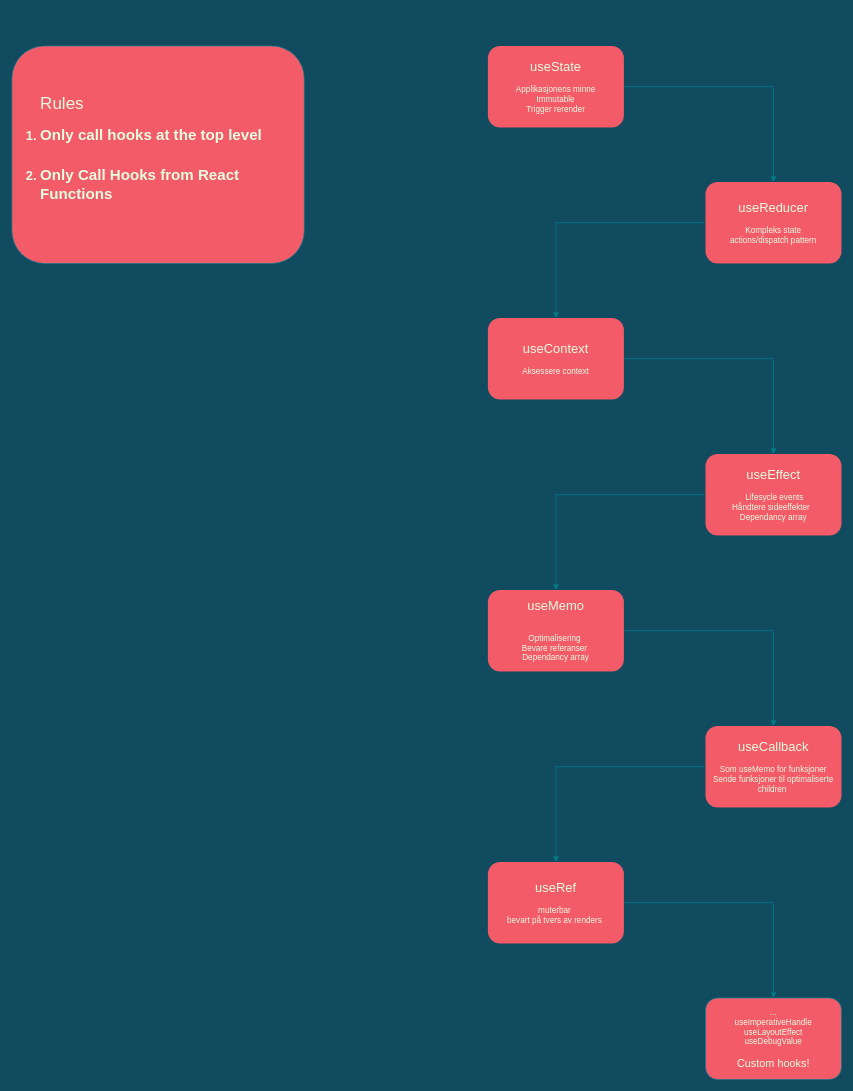
Before: Untitled Diagram.drawio in HeleneGrini/hooks-extensive, a draw.io diagram. Source tidied: cells renumbered, new cells numbered last; positions are measured from the earlier drawing's top-left corner, leaving out a move shared by most shapes. Both pictures are drawn from the tidied source at 68%, with x=0, y=0 at pixel (12, 46).
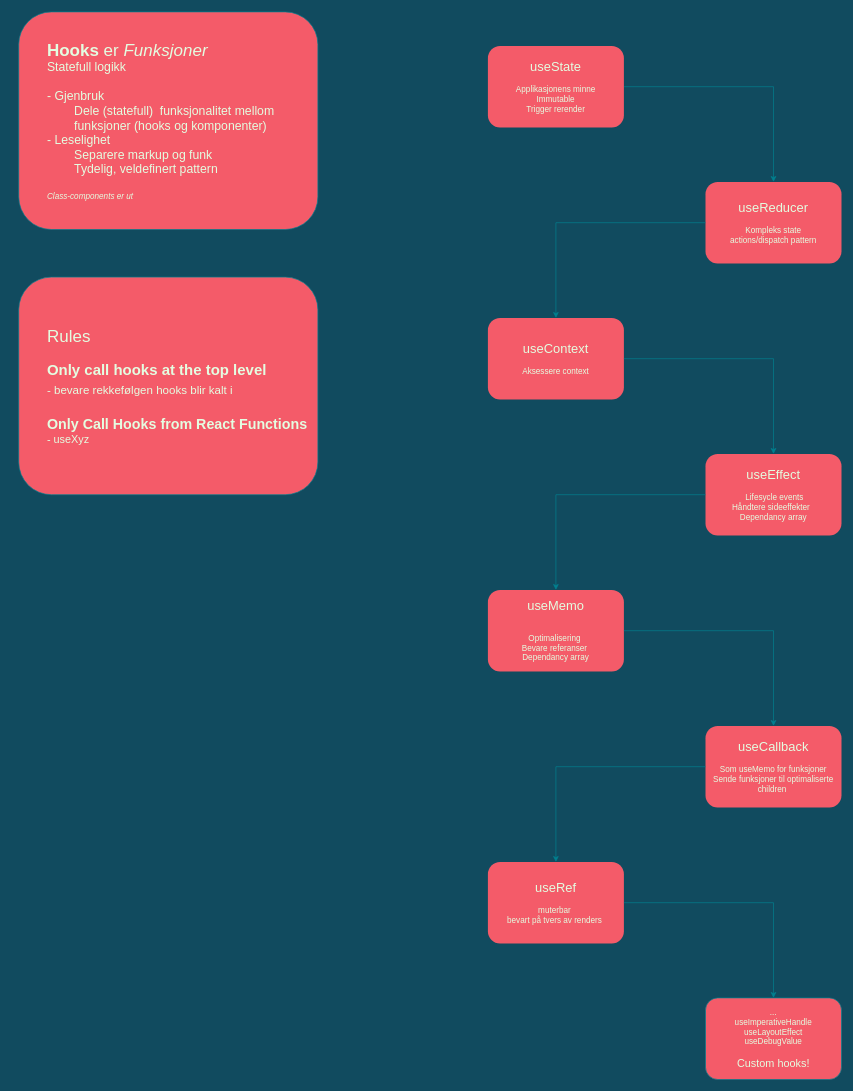
After the change.

The edit, as a diff of the source:
```diff
@@
-    <mxCell id="19" value="&lt;blockquote style=&quot;margin: 0 0 0 40px ; border: none ; padding: 0px&quot;&gt;&lt;font style=&quot;font-size: 25px&quot;&gt;Rules&lt;/font&gt;&lt;/blockquote&gt;&lt;font style=&quot;font-size: 25px&quot;&gt;&lt;h3 id=&quot;only-call-hooks-at-the-top-level&quot; style=&quot;margin: 0px ; padding: 0px ; box-sizing: inherit ; font-size: 19px ; line-height: 1.3&quot;&gt;&lt;ol&gt;&lt;li&gt;&lt;h3 id=&quot;only-call-hooks-at-the-top-level&quot; style=&quot;margin: 0px ; padding: 0px ; box-sizing: inherit ; line-height: 1.3&quot;&gt;Only call hooks at the top level&lt;br style=&quot;font-size: 19px&quot;&gt;&lt;br style=&quot;font-size: 19px&quot;&gt;&lt;/h3&gt;&lt;/li&gt;&lt;li&gt;&lt;h3 id=&quot;only-call-hooks-at-the-top-level&quot; style=&quot;margin: 0px ; padding: 0px ; box-sizing: inherit ; line-height: 1.3&quot;&gt;Only Call Hooks from React Functions&lt;/h3&gt;&lt;/li&gt;&lt;/ol&gt;&lt;/h3&gt;&lt;/font&gt;" style="rounded=1;whiteSpace=wrap;html=1;sketch=0;strokeColor=#028090;fillColor=#F45B69;fontColor=#E4FDE1;align=left;" parent="1" vertex="1">
-      <mxGeometry width="430" height="320" as="geometry" />
+    <mxCell id="19" value="&lt;blockquote style=&quot;margin: 0 0 0 40px ; border: none ; padding: 0px&quot;&gt;&lt;font style=&quot;font-size: 25px&quot;&gt;Rules&lt;/font&gt;&lt;/blockquote&gt;&lt;blockquote style=&quot;margin: 0 0 0 40px ; border: none ; padding: 0px&quot;&gt;&lt;span style=&quot;font-size: 19px&quot;&gt;&lt;br&gt;&lt;/span&gt;&lt;/blockquote&gt;&lt;blockquote style=&quot;margin: 0px 0px 0px 40px ; border: none ; padding: 0px ; font-size: 22px&quot;&gt;&lt;span&gt;&lt;font style=&quot;font-size: 22px&quot;&gt;&lt;b&gt;Only call hooks at the top level&lt;/b&gt;&lt;/font&gt;&lt;/span&gt;&lt;/blockquote&gt;&lt;blockquote style=&quot;margin: 0px 0px 0px 40px ; border: none ; padding: 0px ; font-size: 22px&quot;&gt;&lt;span&gt;&lt;font style=&quot;font-size: 17px&quot;&gt;- bevare rekkefølgen hooks blir kalt i&lt;/font&gt;&lt;/span&gt;&lt;/blockquote&gt;&lt;blockquote style=&quot;margin: 0px 0px 0px 40px ; border: none ; padding: 0px ; font-size: 22px&quot;&gt;&lt;span style=&quot;font-size: 19px&quot;&gt;&lt;br&gt;&lt;/span&gt;&lt;/blockquote&gt;&lt;blockquote style=&quot;margin: 0px 0px 0px 40px ; border: none ; padding: 0px&quot;&gt;&lt;span&gt;&lt;b&gt;&lt;font style=&quot;font-size: 21px&quot;&gt;Only Call Hooks from React Functions&lt;/font&gt;&lt;/b&gt;&lt;/span&gt;&lt;/blockquote&gt;&lt;blockquote style=&quot;margin: 0px 0px 0px 40px ; border: none ; padding: 0px&quot;&gt;&lt;span&gt;&lt;font style=&quot;font-size: 16px&quot;&gt;- useXyz&lt;/font&gt;&lt;/span&gt;&lt;/blockquote&gt;" style="rounded=1;whiteSpace=wrap;html=1;sketch=0;strokeColor=#028090;fillColor=#F45B69;fontColor=#E4FDE1;align=left;" parent="1" vertex="1">
+      <mxGeometry x="10" y="340" width="440" height="320" as="geometry" />
     </mxCell>
+    <mxCell id="20" value="&lt;blockquote style=&quot;margin: 0 0 0 40px ; border: none ; padding: 0px&quot;&gt;&lt;span style=&quot;font-size: 25px&quot;&gt;&lt;b&gt;Hooks &lt;/b&gt;er&lt;b&gt;&amp;nbsp;&lt;/b&gt;&lt;/span&gt;&lt;i style=&quot;font-size: 25px&quot;&gt;Funksjoner&lt;/i&gt;&lt;/blockquote&gt;&lt;blockquote style=&quot;margin: 0 0 0 40px ; border: none ; padding: 0px&quot;&gt;&lt;span style=&quot;font-size: 18px&quot;&gt;Statefull logikk&amp;nbsp;&lt;/span&gt;&lt;br&gt;&lt;/blockquote&gt;&lt;blockquote style=&quot;margin: 0 0 0 40px ; border: none ; padding: 0px&quot;&gt;&lt;span style=&quot;font-size: 18px&quot;&gt;&lt;br&gt;&lt;/span&gt;&lt;/blockquote&gt;&lt;blockquote style=&quot;margin: 0px 0px 0px 40px ; border: none ; padding: 0px ; font-size: 18px&quot;&gt;&lt;font style=&quot;font-size: 18px&quot;&gt;- Gjenbruk&lt;br&gt;&lt;/font&gt;&lt;/blockquote&gt;&lt;blockquote style=&quot;margin: 0 0 0 40px ; border: none ; padding: 0px&quot;&gt;&lt;blockquote style=&quot;margin: 0px 0px 0px 40px ; border: none ; padding: 0px ; font-size: 18px&quot;&gt;&lt;font style=&quot;font-size: 18px&quot;&gt;Dele (statefull)&amp;nbsp; funksjonalitet mellom funksjoner (hooks og komponenter)&lt;/font&gt;&lt;/blockquote&gt;&lt;/blockquote&gt;&lt;blockquote style=&quot;margin: 0px 0px 0px 40px ; border: none ; padding: 0px ; font-size: 18px&quot;&gt;&lt;font style=&quot;font-size: 18px&quot;&gt;- Leselighet&lt;/font&gt;&lt;/blockquote&gt;&lt;blockquote style=&quot;margin: 0 0 0 40px ; border: none ; padding: 0px&quot;&gt;&lt;blockquote style=&quot;margin: 0px 0px 0px 40px ; border: none ; padding: 0px ; font-size: 18px&quot;&gt;&lt;font style=&quot;font-size: 18px&quot;&gt;Separere markup og funk&lt;/font&gt;&lt;/blockquote&gt;&lt;blockquote style=&quot;margin: 0px 0px 0px 40px ; border: none ; padding: 0px ; font-size: 18px&quot;&gt;Tydelig, veldefinert pattern&lt;/blockquote&gt;&lt;blockquote style=&quot;margin: 0px 0px 0px 40px ; border: none ; padding: 0px ; font-size: 18px&quot;&gt;&lt;br&gt;&lt;/blockquote&gt;&lt;i&gt;Class-components er ut&lt;/i&gt;&lt;/blockquote&gt;" style="rounded=1;whiteSpace=wrap;html=1;sketch=0;strokeColor=#028090;fillColor=#F45B69;fontColor=#E4FDE1;align=left;" parent="1" vertex="1">
+      <mxGeometry x="10" y="-50" width="440" height="320" as="geometry" />
+    </mxCell>
```
